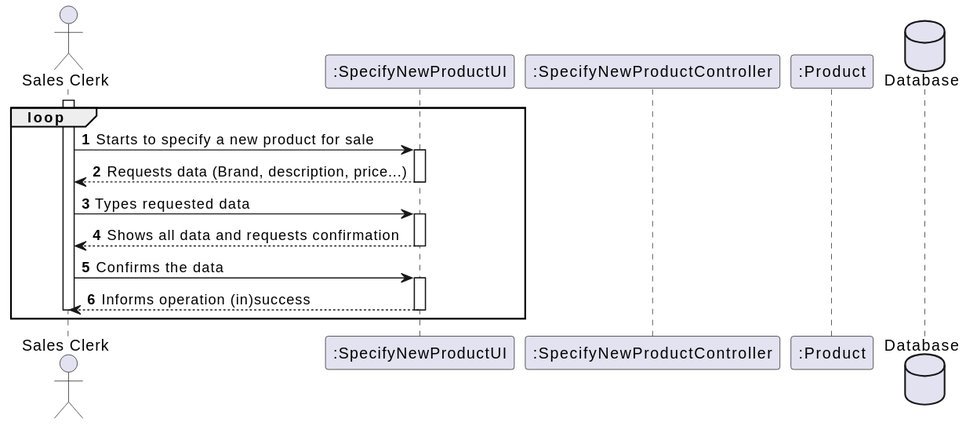
This is docs/Sprint2/US1001/US1001_SD.svg from marttuga/LAPR4-SmartSystems, a PlantUML export, as it was before one commit.
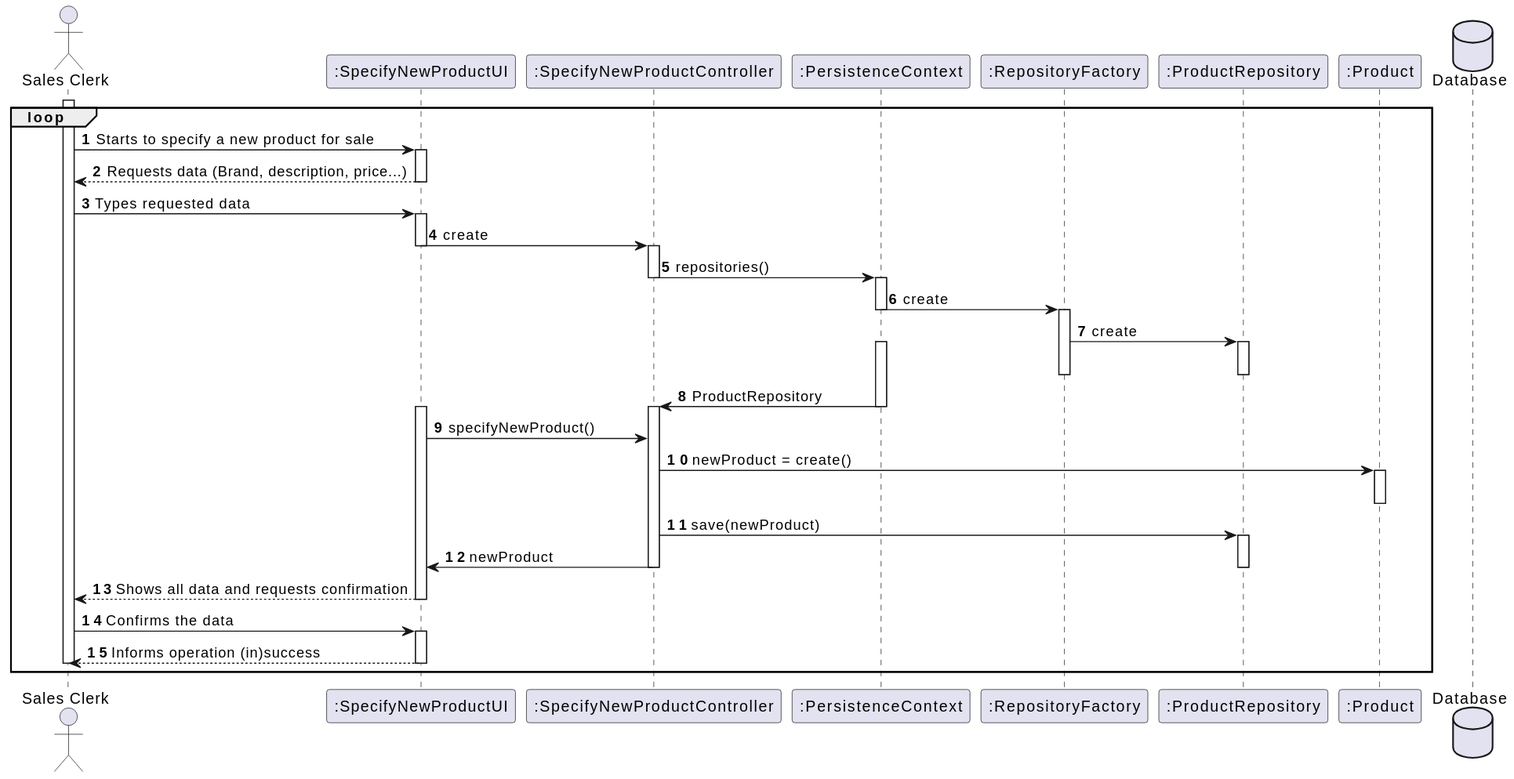
Later version of the same file.

The edit, as a diff of the source:
```diff
@@ -3,6 +3,9 @@
 actor "Sales Clerk" as SC
 participant ":SpecifyNewProductUI" as UI
 participant ":SpecifyNewProductController" as CTRL
+participant ":PersistenceContext" as PC
+participant ":RepositoryFactory" as RF
+participant ":ProductRepository" as ProdRep
 participant ":Product" as Prod
 
 loop
@@ -17,6 +20,48 @@
 SC -> UI : Types requested data
 activate UI
 
+UI -> CTRL : create
+deactivate UI
+activate CTRL
+
+
+CTRL -> PC : repositories()
+deactivate CTRL
+activate PC
+PC -> RF : create
+deactivate PC
+activate RF
+
+RF -> ProdRep : create
+activate ProdRep
+deactivate RF
+
+
+deactivate ProdRep
+
+activate PC
+PC -> CTRL : ProductRepository
+deactivate PC
+activate CTRL
+deactivate CTRL
+
+activate UI
+UI -> CTRL : specifyNewProduct()
+
+CTRL -> Prod : newProduct = create()
+activate Prod
+deactivate Prod
+
+
+CTRL -> ProdRep : save(newProduct)
+activate ProdRep
+
+CTRL -> UI : newProduct
+
+deactivate CTRL
+
+deactivate ProdRep
+
 UI --> SC :Shows all data and requests confirmation
 deactivate UI
 
```
